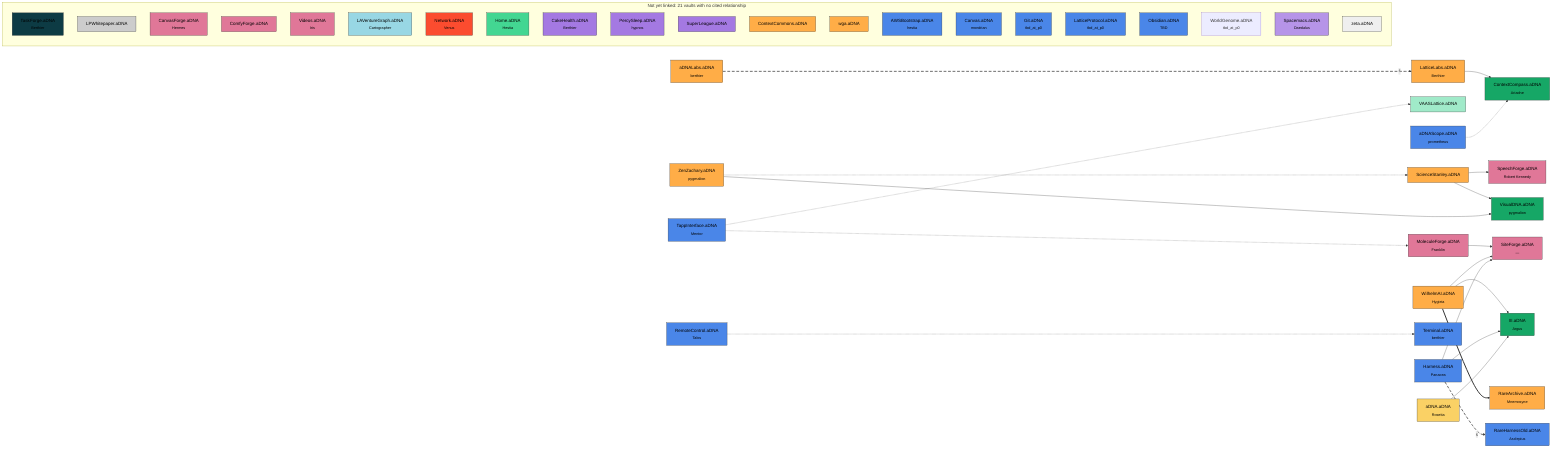
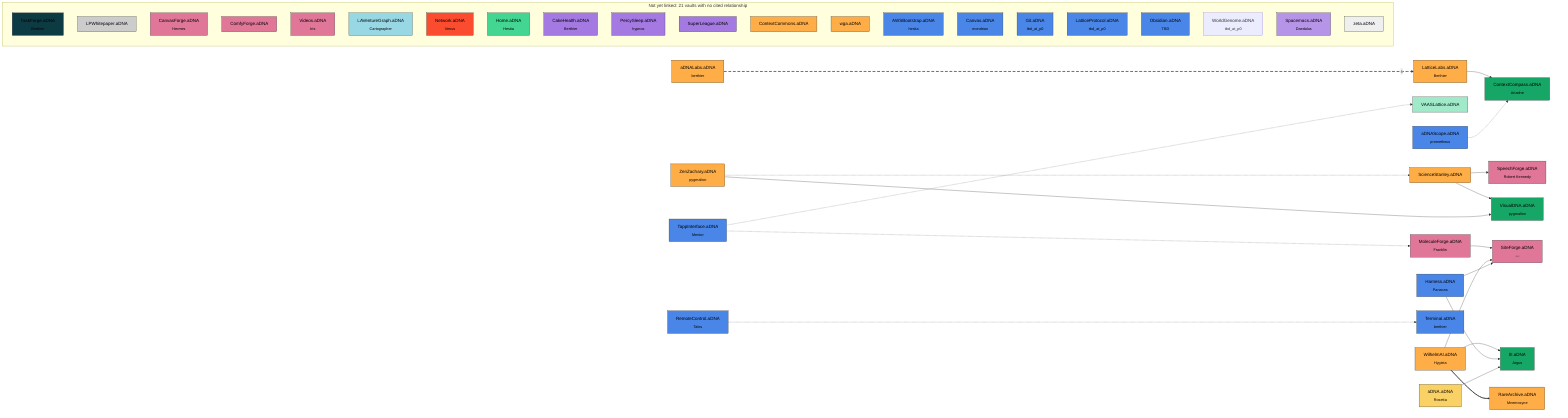
flowchart LR
  MoleculeForge_aDNA["MoleculeForge.aDNA<br><sub>Franklin</sub>"]:::classforge
  SiteForge_aDNA["SiteForge.aDNA<br><sub>—</sub>"]:::classforge
  SpeechForge_aDNA["SpeechForge.aDNA<br><sub>Robert Kennedy</sub>"]:::classforge
  ContextCompass_aDNA["ContextCompass.aDNA<br><sub>Ariadne</sub>"]:::classframework
  III_aDNA["III.aDNA<br><sub>Argus</sub>"]:::classframework
  visualdna["VisualDNA.aDNA<br><sub>pygmalion</sub>"]:::classframework
  VAASLattice_aDNA["VAASLattice.aDNA"]:::classframeworkcandidate
  adnalabs["aDNALabs.aDNA<br><sub>berthier</sub>"]:::classorgvault
  LatticeLabs_aDNA["LatticeLabs.aDNA<br><sub>Berthier</sub>"]:::classorgvault
  RareArchive_aDNA["RareArchive.aDNA<br><sub>Mnemosyne</sub>"]:::classorgvault
  sciencestanley["ScienceStanley.aDNA"]:::classorgvault
  WilhelmAI_aDNA["WilhelmAI.aDNA<br><sub>Hygieia</sub>"]:::classorgvault
  zenzachary["ZenZachary.aDNA<br><sub>pygmalion</sub>"]:::classorgvault
  adnascope["aDNAScope.aDNA<br><sub>prometheus</sub>"]:::classplatform
  Harness_aDNA["Harness.aDNA<br><sub>Panacea</sub>"]:::classplatform
-   RareHarnessOld_aDNA["RareHarnessOld.aDNA<br><sub>Asclepius</sub>"]:::classplatform
  RemoteControl_aDNA["RemoteControl.aDNA<br><sub>Talos</sub>"]:::classplatform
  TappInterface_aDNA["TappInterface.aDNA<br><sub>Mentor</sub>"]:::classplatform
  terminal["Terminal.aDNA<br><sub>berthier</sub>"]:::classplatform
  aDNA_aDNA["aDNA.aDNA<br><sub>Rosetta</sub>"]:::classstandarddev

  subgraph orphans["Not yet linked: 21 vaults with no cited relationship"]
    direction TB
    TaskForge_aDNA["TaskForge.aDNA<br><sub>Berthier</sub>"]:::classcoordination
    LPWhitepaper_aDNA["LPWhitepaper.aDNA"]:::classdocument
    CanvasForge_aDNA["CanvasForge.aDNA<br><sub>Hermes</sub>"]:::classforge
    ComfyForge_aDNA["ComfyForge.aDNA"]:::classforge
    Videos_aDNA["Videos.aDNA<br><sub>Iris</sub>"]:::classforge
    LAVentureGraph_aDNA["LAVentureGraph.aDNA<br><sub>Cartographer</sub>"]:::classknowledgegraph
    Network_aDNA["Network.aDNA<br><sub>Venus</sub>"]:::classnetwork
    Home_aDNA["Home.aDNA<br><sub>Hestia</sub>"]:::classnodeoperational
    CakeHealth_aDNA["CakeHealth.aDNA<br><sub>Berthier</sub>"]:::classorggraph
    percysleep["PercySleep.aDNA<br><sub>hypnos</sub>"]:::classorggraph
    SuperLeague_aDNA["SuperLeague.aDNA"]:::classorggraph
    ContextCommons_aDNA["ContextCommons.aDNA"]:::classorgvault
    wga_aDNA["wga.aDNA"]:::classorgvault
    awsbootstrap["AWSBootstrap.aDNA<br><sub>hestia</sub>"]:::classplatform
    canvas["Canvas.aDNA<br><sub>mondrian</sub>"]:::classplatform
    git["Git.aDNA<br><sub>tbd_at_p0</sub>"]:::classplatform
    latticeprotocol["LatticeProtocol.aDNA<br><sub>tbd_at_p0</sub>"]:::classplatform
    Obsidian_aDNA["Obsidian.aDNA<br><sub>TBD</sub>"]:::classplatform
    worldgenome["WorldGenome.aDNA<br><sub>tbd_at_p0</sub>"]:::classtbdatp0
    Spacemacs_aDNA["Spacemacs.aDNA<br><sub>Daedalus</sub>"]:::classtooling
    zeta_aDNA["zeta.aDNA"]:::classworkspace
  end

  MoleculeForge_aDNA --> SiteForge_aDNA
  adnalabs -.->|s| LatticeLabs_aDNA
  LatticeLabs_aDNA --> ContextCompass_aDNA
  sciencestanley --> SpeechForge_aDNA
  sciencestanley --> visualdna
  WilhelmAI_aDNA --> SiteForge_aDNA
  WilhelmAI_aDNA --> III_aDNA
  WilhelmAI_aDNA ==> RareArchive_aDNA
  zenzachary -.-> sciencestanley
  zenzachary --> visualdna
  adnascope -.-> ContextCompass_aDNA
  Harness_aDNA --> SiteForge_aDNA
  Harness_aDNA --> III_aDNA
-   Harness_aDNA -.->|s| RareHarnessOld_aDNA
  RemoteControl_aDNA -.-> terminal
  TappInterface_aDNA -.-> MoleculeForge_aDNA
  TappInterface_aDNA -.-> VAASLattice_aDNA
  aDNA_aDNA --> III_aDNA
-   linkStyle 1,13 stroke-width:2.5px,stroke-dasharray:10 6
+   linkStyle 1 stroke-width:2.5px,stroke-dasharray:10 6

  classDef classforge fill:#e07798,stroke:#333,color:#000
  classDef classframework fill:#16a766,stroke:#333,color:#000
  classDef classframeworkcandidate fill:#a0eac9,stroke:#333,color:#000
  classDef classplatform fill:#4a86e8,stroke:#333,color:#000
  classDef classorgvault fill:#ffad47,stroke:#333,color:#000
  classDef classstandarddev fill:#fad165,stroke:#333,color:#000
  classDef classorggraph fill:#a479e2,stroke:#333,color:#000
  classDef classnetwork fill:#fb4c2f,stroke:#333,color:#000
  classDef classnodeoperational fill:#43d692,stroke:#333,color:#000
  classDef classcoordination fill:#0d3b44,stroke:#333,color:#000
  classDef classdocument fill:#cccccc,stroke:#333,color:#000
  classDef classknowledgegraph fill:#98d7e4,stroke:#333,color:#000
  classDef classtooling fill:#b694e8,stroke:#333,color:#000
  classDef classworkspace fill:#efefef,stroke:#333,color:#000
  classDef classsuperseded fill:#666666,stroke:#333,color:#000
